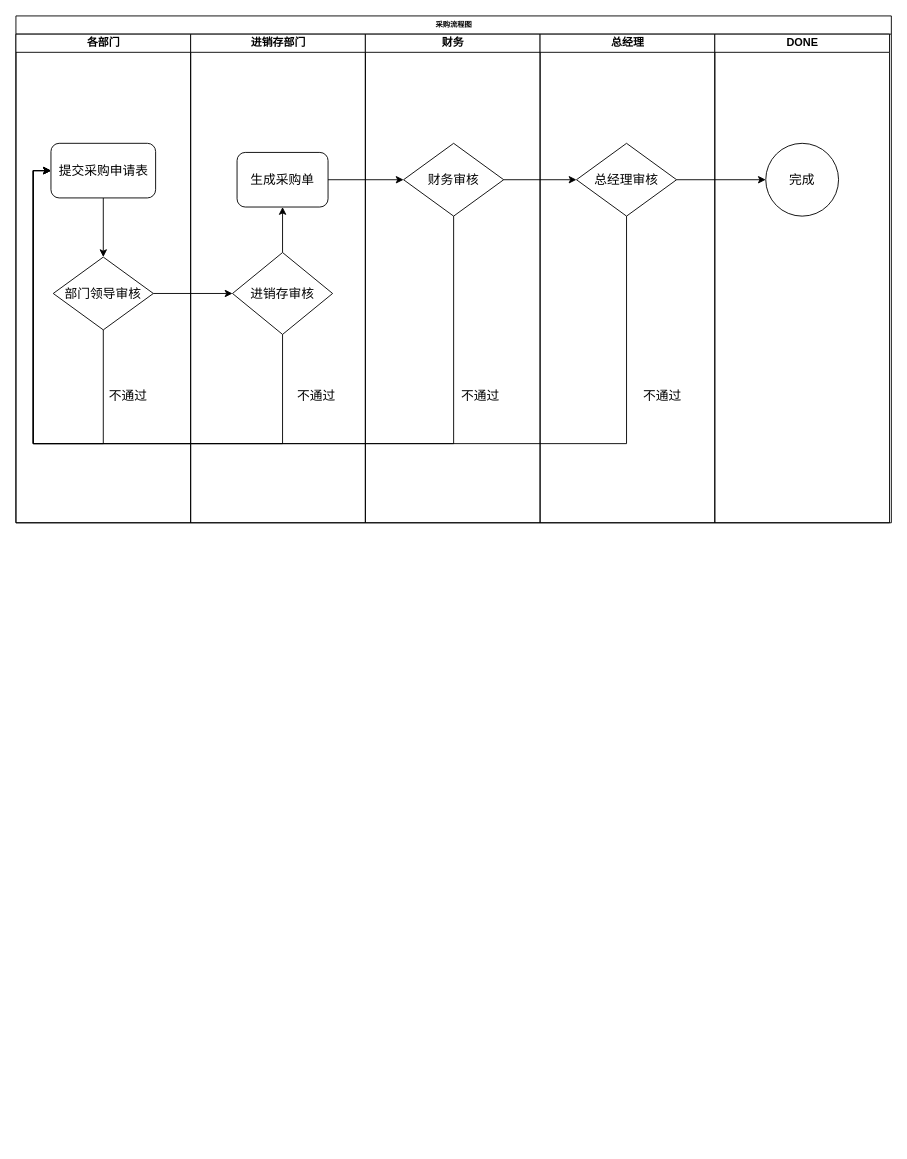
The draw.io diagram 未命名表单.drawio in Cyrusvic/358pub, before the edit. Source tidied: cells renumbered, new cells numbered last; positions are measured from the earlier drawing's top-left corner, leaving out a move shared by most shapes. Both pictures are drawn from the tidied source at 91%, with x=0, y=0 at pixel (15, 15).
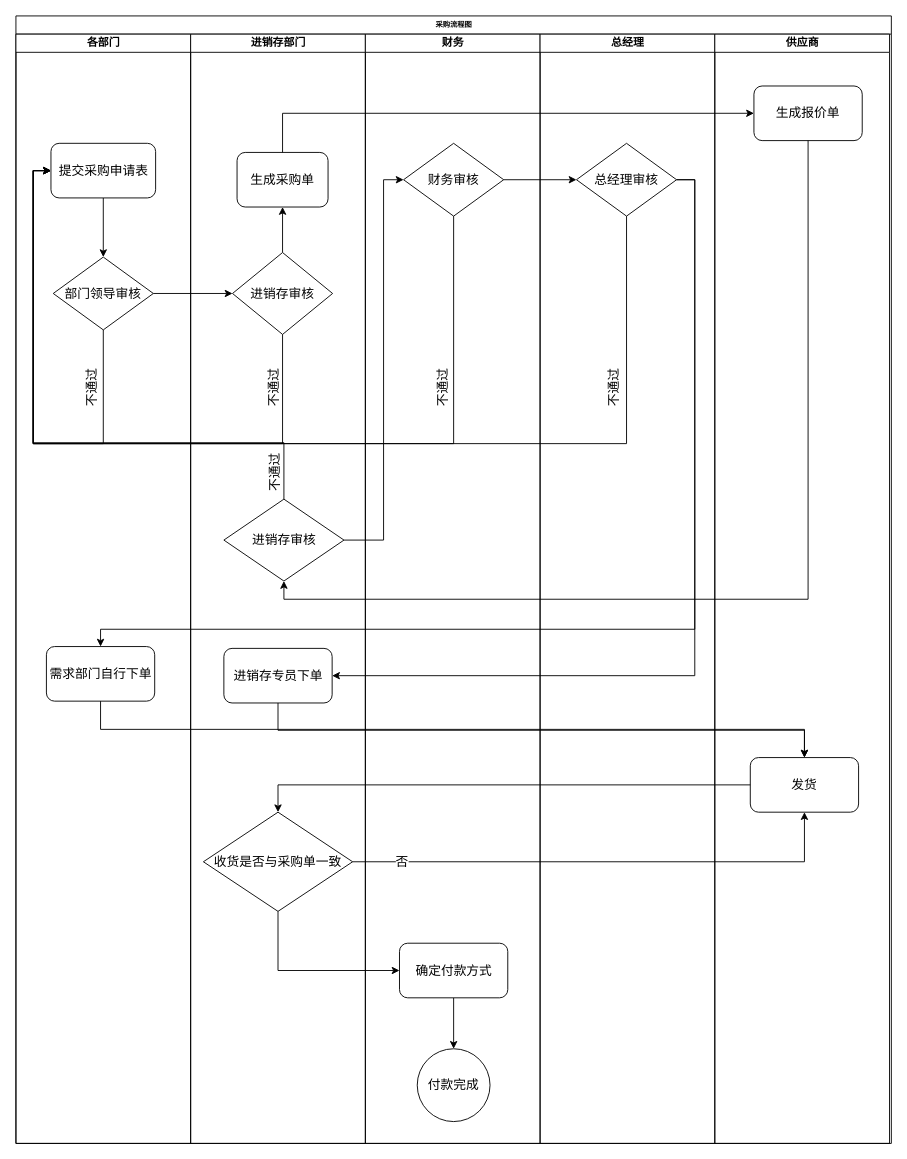
After the change.

Commit message:
更新采购流程.drawio

The change refers to these unchanged cells:
```xml
<mxCell id="5" value="提交采购申请表" style="rounded=1;whiteSpace=wrap;html=1;shadow=0;labelBackgroundColor=none;strokeWidth=1;fontFamily=Verdana;fontSize=14;align=center;fontStyle=0;" parent="3" vertex="1">
  <mxGeometry x="38.5" y="120" width="115" height="60" as="geometry" />
</mxCell>
<mxCell id="10" value="生成采购单" style="rounded=1;whiteSpace=wrap;html=1;shadow=0;labelBackgroundColor=none;strokeWidth=1;fontFamily=Verdana;fontSize=14;align=center;fontStyle=0;" parent="9" vertex="1">
  <mxGeometry x="51" y="130" width="100" height="60" as="geometry" />
</mxCell>
<mxCell id="15" value="财务审核" style="rhombus;whiteSpace=wrap;html=1;fontStyle=0;fontSize=14;" parent="14" vertex="1">
  <mxGeometry x="42" y="120" width="110" height="80" as="geometry" />
</mxCell>
<mxCell id="18" value="总经理审核" style="rhombus;whiteSpace=wrap;html=1;fontStyle=0;fontSize=14;" parent="17" vertex="1">
  <mxGeometry x="40" y="120" width="110" height="80" as="geometry" />
</mxCell>
```

The edit, as a diff of the source:
```diff
@@
-    <mxCell id="2" value="采购流程图" style="swimlane;html=1;startSize=20;rounded=0;shadow=0;labelBackgroundColor=none;strokeWidth=1;fontFamily=Verdana;fontSize=8;align=center;" parent="1" vertex="1">
-      <mxGeometry width="962" height="557" as="geometry" />
+    <mxCell id="2" value="采购流程图" style="swimlane;html=1;startSize=20;rounded=0;shadow=0;labelBackgroundColor=none;strokeWidth=1;fontFamily=Verdana;fontSize=8;align=center;gradientColor=#ffffff;swimlaneFillColor=#ffffff;" parent="1" vertex="1">
+      <mxGeometry width="962" height="1239" as="geometry" />
     </mxCell>
     <mxCell id="3" value="各部门" style="swimlane;html=1;startSize=20;" parent="2" vertex="1">
-      <mxGeometry y="20" width="192" height="537" as="geometry" />
+      <mxGeometry y="20" width="192" height="1219" as="geometry" />
     </mxCell>
@@
+    <mxCell id="8" value="不通过" style="text;html=1;align=center;verticalAlign=middle;fontSize=14;horizontal=0;" parent="3" vertex="1">
+      <mxGeometry x="53" y="379" width="60" height="20" as="geometry" />
+    </mxCell>
@@
-    <mxCell id="8" value="不通过" style="text;html=1;align=center;verticalAlign=middle;fontSize=14;" parent="3" vertex="1">
-      <mxGeometry x="93" y="388" width="60" height="20" as="geometry" />
-    </mxCell>
+    <mxCell id="29" value="&lt;span style=&quot;font-family: &amp;#34;helvetica&amp;#34;&quot;&gt;需求部门自行下单&lt;/span&gt;" style="rounded=1;whiteSpace=wrap;html=1;shadow=0;labelBackgroundColor=none;strokeWidth=1;fontFamily=Verdana;fontSize=14;align=center;fontStyle=0;" parent="3" vertex="1">
+      <mxGeometry x="33.5" y="673" width="119" height="60" as="geometry" />
+    </mxCell>
     <mxCell id="9" value="进销存部门" style="swimlane;html=1;startSize=20;flipH=1;flipV=0;" parent="2" vertex="1">
-      <mxGeometry x="192" y="20" width="192" height="537" as="geometry" />
+      <mxGeometry x="192" y="20" width="192" height="1219" as="geometry" />
     </mxCell>
+    <mxCell id="13" value="不通过" style="text;html=1;align=center;verticalAlign=middle;fontSize=14;horizontal=0;" parent="9" vertex="1">
+      <mxGeometry x="61" y="379" width="60" height="20" as="geometry" />
+    </mxCell>
+    <mxCell id="30" value="不通过" style="text;html=1;align=center;verticalAlign=middle;fontSize=14;horizontal=0;" parent="9" vertex="1">
+      <mxGeometry x="63" y="472" width="60" height="20" as="geometry" />
+    </mxCell>
+    <mxCell id="31" value="收货是否与采购单一致" style="rhombus;whiteSpace=wrap;html=1;fontStyle=0;fontSize=14;" parent="9" vertex="1">
+      <mxGeometry x="14" y="855" width="164" height="109" as="geometry" />
+    </mxCell>
+    <mxCell id="32" value="&lt;span style=&quot;font-family: &amp;#34;helvetica&amp;#34;&quot;&gt;进销存专员下单&lt;/span&gt;" style="rounded=1;whiteSpace=wrap;html=1;shadow=0;labelBackgroundColor=none;strokeWidth=1;fontFamily=Verdana;fontSize=14;align=center;fontStyle=0;" parent="9" vertex="1">
+      <mxGeometry x="36.5" y="675" width="119" height="60" as="geometry" />
+    </mxCell>
@@
-    <mxCell id="13" value="不通过" style="text;html=1;align=center;verticalAlign=middle;fontSize=14;" parent="9" vertex="1">
-      <mxGeometry x="108" y="388" width="60" height="20" as="geometry" />
-    </mxCell>
+    <mxCell id="33" value="进销存审核" style="rhombus;whiteSpace=wrap;html=1;fontStyle=0;fontSize=14;" parent="9" vertex="1">
+      <mxGeometry x="36.5" y="511" width="132" height="90" as="geometry" />
+    </mxCell>
     <mxCell id="14" value="财务" style="swimlane;html=1;startSize=20;" parent="2" vertex="1">
-      <mxGeometry x="384" y="20" width="192" height="537" as="geometry" />
+      <mxGeometry x="384" y="20" width="192" height="1219" as="geometry" />
     </mxCell>
+    <mxCell id="16" value="不通过" style="text;html=1;align=center;verticalAlign=middle;fontSize=14;horizontal=0;" parent="14" vertex="1">
+      <mxGeometry x="55" y="379" width="60" height="20" as="geometry" />
+    </mxCell>
+    <mxCell id="34" value="&lt;font style=&quot;font-size: 14px&quot;&gt;付款完成&lt;/font&gt;" style="ellipse;whiteSpace=wrap;html=1;gradientColor=#ffffff;" parent="14" vertex="1">
+      <mxGeometry x="57" y="1115" width="80" height="80" as="geometry" />
+    </mxCell>
@@
-    <mxCell id="16" value="不通过" style="text;html=1;align=center;verticalAlign=middle;fontSize=14;" parent="14" vertex="1">
-      <mxGeometry x="96" y="388" width="60" height="20" as="geometry" />
-    </mxCell>
+    <mxCell id="35" style="edgeStyle=orthogonalEdgeStyle;rounded=0;jettySize=auto;html=1;exitX=0.5;exitY=1;exitDx=0;exitDy=0;entryX=0.5;entryY=0;entryDx=0;entryDy=0;" parent="14" edge="1" source="36" target="34">
+      <mxGeometry relative="1" as="geometry" />
+    </mxCell>
+    <mxCell id="36" value="&lt;span style=&quot;font-family: &amp;#34;helvetica&amp;#34;&quot;&gt;确定付款方式&lt;/span&gt;" style="rounded=1;whiteSpace=wrap;html=1;shadow=0;labelBackgroundColor=none;strokeWidth=1;fontFamily=Verdana;fontSize=14;align=center;fontStyle=0;" parent="14" vertex="1">
+      <mxGeometry x="37.5" y="999" width="119" height="60" as="geometry" />
+    </mxCell>
     <mxCell id="17" value="总经理" style="swimlane;html=1;startSize=20;" parent="2" vertex="1">
-      <mxGeometry x="576" y="20" width="192" height="537" as="geometry" />
+      <mxGeometry x="576" y="20" width="192" height="1219" as="geometry" />
     </mxCell>
+    <mxCell id="19" value="不通过" style="text;html=1;align=center;verticalAlign=middle;fontSize=14;horizontal=0;" parent="17" vertex="1">
+      <mxGeometry x="51" y="379" width="60" height="20" as="geometry" />
+    </mxCell>
@@
-    <mxCell id="19" value="不通过" style="text;html=1;align=center;verticalAlign=middle;fontSize=14;" parent="17" vertex="1">
-      <mxGeometry x="104" y="388" width="60" height="20" as="geometry" />
-    </mxCell>
-    <mxCell id="20" value="DONE" style="swimlane;html=1;startSize=20;" parent="2" vertex="1">
-      <mxGeometry x="768" y="20" width="192" height="537" as="geometry" />
-    </mxCell>
-    <mxCell id="21" value="&lt;span style=&quot;font-size: 14px;&quot;&gt;完成&lt;/span&gt;" style="ellipse;whiteSpace=wrap;html=1;fontStyle=0;fontSize=14;" parent="20" vertex="1">
-      <mxGeometry x="56" y="120" width="80" height="80" as="geometry" />
-    </mxCell>
-    <mxCell id="22" style="edgeStyle=orthogonalEdgeStyle;rounded=0;jettySize=auto;html=1;exitX=1;exitY=0.5;exitDx=0;exitDy=0;entryX=0;entryY=0.5;entryDx=0;entryDy=0;" parent="2" edge="1" source="10" target="15">
-      <mxGeometry relative="1" as="geometry" />
-    </mxCell>
@@
-    <mxCell id="24" style="edgeStyle=orthogonalEdgeStyle;rounded=0;jettySize=auto;html=1;exitX=1;exitY=0.5;exitDx=0;exitDy=0;entryX=0;entryY=0.5;entryDx=0;entryDy=0;" parent="2" edge="1" source="18" target="21">
-      <mxGeometry relative="1" as="geometry" />
-    </mxCell>
@@
+    <mxCell id="37" style="edgeStyle=orthogonalEdgeStyle;rounded=0;jettySize=auto;html=1;exitX=1;exitY=0.5;exitDx=0;exitDy=0;entryX=1;entryY=0.5;entryDx=0;entryDy=0;" parent="2" edge="1" source="18" target="32">
+      <mxGeometry relative="1" as="geometry" />
+    </mxCell>
+    <mxCell id="38" style="edgeStyle=orthogonalEdgeStyle;rounded=0;jettySize=auto;html=1;exitX=1;exitY=0.5;exitDx=0;exitDy=0;entryX=0.5;entryY=0;entryDx=0;entryDy=0;" parent="2" edge="1" source="18" target="29">
+      <mxGeometry relative="1" as="geometry">
+        <Array as="points">
+          <mxPoint x="746" y="180" />
+          <mxPoint x="746" y="674" />
+          <mxPoint x="93" y="674" />
+        </Array>
+      </mxGeometry>
+    </mxCell>
+    <mxCell id="20" value="供应商" style="swimlane;html=1;startSize=20;labelBorderColor=none;" parent="2" vertex="1">
+      <mxGeometry x="768" y="20" width="192" height="1219" as="geometry" />
+    </mxCell>
+    <mxCell id="39" value="&lt;span style=&quot;font-family: &amp;#34;helvetica&amp;#34;&quot;&gt;发货&lt;/span&gt;" style="rounded=1;whiteSpace=wrap;html=1;shadow=0;labelBackgroundColor=none;strokeWidth=1;fontFamily=Verdana;fontSize=14;align=center;fontStyle=0;" parent="20" vertex="1">
+      <mxGeometry x="39" y="795" width="119" height="60" as="geometry" />
+    </mxCell>
+    <mxCell id="40" value="&lt;font face=&quot;helvetica&quot;&gt;生成报价单&lt;/font&gt;" style="rounded=1;whiteSpace=wrap;html=1;shadow=0;labelBackgroundColor=none;strokeWidth=1;fontFamily=Verdana;fontSize=14;align=center;fontStyle=0;" parent="20" vertex="1">
+      <mxGeometry x="43" y="57" width="119" height="60" as="geometry" />
+    </mxCell>
+    <mxCell id="41" style="edgeStyle=orthogonalEdgeStyle;rounded=0;jettySize=auto;html=1;exitX=0.5;exitY=0;exitDx=0;exitDy=0;entryX=0;entryY=0.5;entryDx=0;entryDy=0;" parent="2" edge="1" source="10" target="40">
+      <mxGeometry relative="1" as="geometry" />
+    </mxCell>
+    <mxCell id="42" style="edgeStyle=orthogonalEdgeStyle;rounded=0;jettySize=auto;html=1;exitX=0.5;exitY=1;exitDx=0;exitDy=0;entryX=0.5;entryY=0;entryDx=0;entryDy=0;" parent="2" edge="1" source="32" target="39">
+      <mxGeometry relative="1" as="geometry" />
+    </mxCell>
+    <mxCell id="43" style="edgeStyle=orthogonalEdgeStyle;rounded=0;jettySize=auto;html=1;exitX=0.5;exitY=1;exitDx=0;exitDy=0;entryX=0.5;entryY=0;entryDx=0;entryDy=0;" parent="2" edge="1" source="29" target="39">
+      <mxGeometry relative="1" as="geometry" />
+    </mxCell>
+    <mxCell id="44" style="edgeStyle=orthogonalEdgeStyle;rounded=0;jettySize=auto;html=1;exitX=0.5;exitY=1;exitDx=0;exitDy=0;entryX=0.5;entryY=1;entryDx=0;entryDy=0;" parent="2" edge="1" source="40" target="33">
+      <mxGeometry relative="1" as="geometry" />
+    </mxCell>
+    <mxCell id="45" style="edgeStyle=orthogonalEdgeStyle;rounded=0;jettySize=auto;html=1;exitX=1;exitY=0.5;exitDx=0;exitDy=0;entryX=0;entryY=0.5;entryDx=0;entryDy=0;" parent="2" edge="1" source="33" target="15">
+      <mxGeometry relative="1" as="geometry">
+        <Array as="points">
+          <mxPoint x="404" y="576" />
+          <mxPoint x="404" y="180" />
+        </Array>
+      </mxGeometry>
+    </mxCell>
+    <mxCell id="46" style="edgeStyle=orthogonalEdgeStyle;rounded=0;jettySize=auto;html=1;exitX=0.5;exitY=0;exitDx=0;exitDy=0;entryX=0;entryY=0.5;entryDx=0;entryDy=0;" parent="2" edge="1" source="33" target="5">
+      <mxGeometry relative="1" as="geometry">
+        <Array as="points">
+          <mxPoint x="294" y="469" />
+          <mxPoint x="19" y="469" />
+          <mxPoint x="19" y="170" />
+        </Array>
+      </mxGeometry>
+    </mxCell>
+    <mxCell id="47" style="edgeStyle=orthogonalEdgeStyle;rounded=0;jettySize=auto;html=1;exitX=0;exitY=0.5;exitDx=0;exitDy=0;entryX=0.5;entryY=0;entryDx=0;entryDy=0;" parent="2" edge="1" source="39" target="31">
+      <mxGeometry relative="1" as="geometry" />
+    </mxCell>
+    <mxCell id="48" style="edgeStyle=orthogonalEdgeStyle;rounded=0;jettySize=auto;html=1;exitX=1;exitY=0.5;exitDx=0;exitDy=0;entryX=0.5;entryY=1;entryDx=0;entryDy=0;" parent="2" edge="1" source="31" target="39">
+      <mxGeometry relative="1" as="geometry" />
+    </mxCell>
+    <mxCell id="49" value="&lt;font style=&quot;font-size: 14px&quot;&gt;否&lt;/font&gt;" style="edgeLabel;html=1;align=center;verticalAlign=middle;" parent="48" vertex="1">
+      <mxGeometry x="-0.53" y="2" relative="1" as="geometry">
+        <mxPoint x="-76" y="2" as="offset" />
+      </mxGeometry>
+    </mxCell>
+    <mxCell id="50" style="edgeStyle=orthogonalEdgeStyle;rounded=0;jettySize=auto;html=1;exitX=0.5;exitY=1;exitDx=0;exitDy=0;entryX=0;entryY=0.5;entryDx=0;entryDy=0;" parent="2" edge="1" source="31" target="36">
+      <mxGeometry relative="1" as="geometry" />
+    </mxCell>
```
